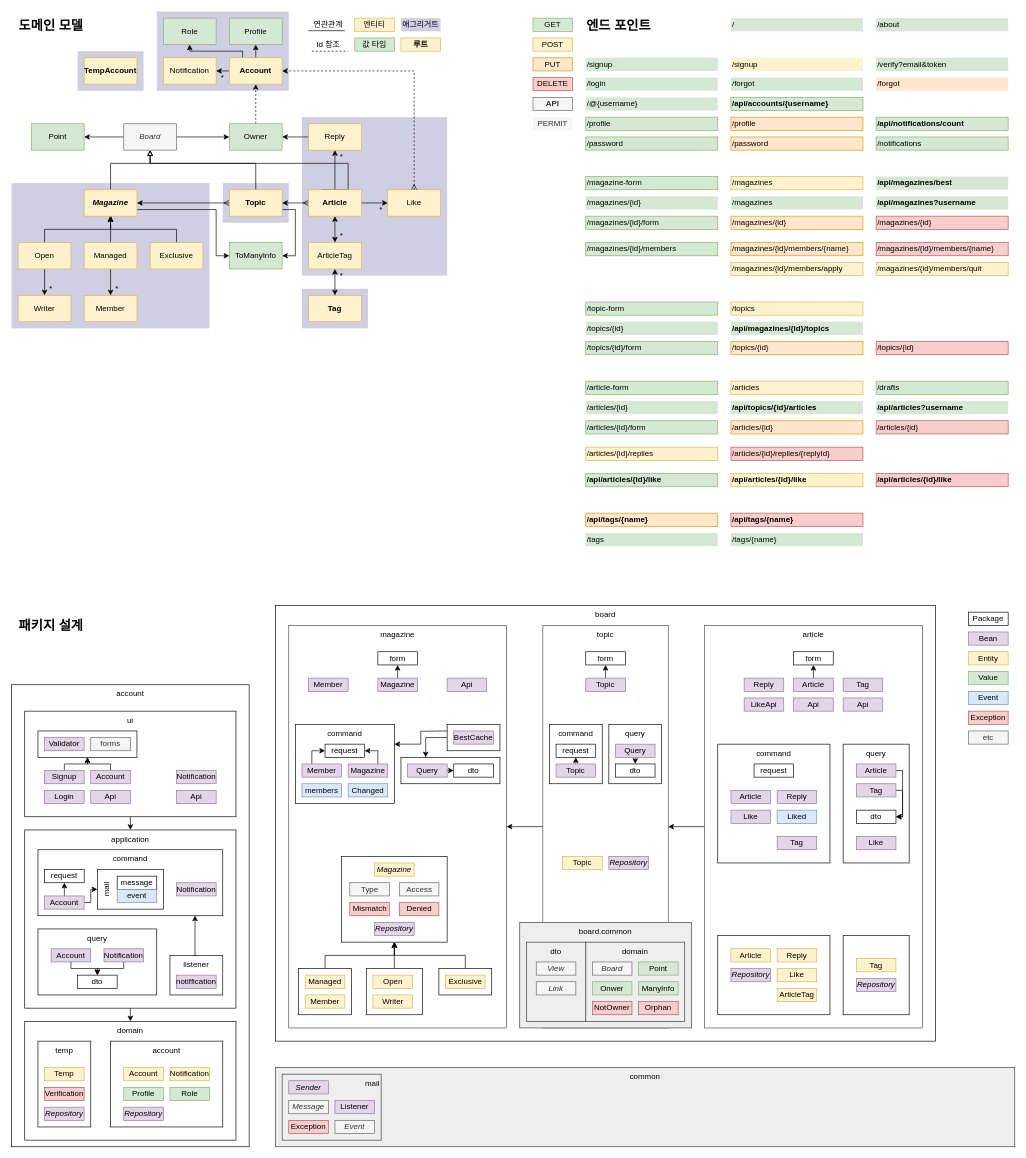
Before: diagram.drawio in suloginscene/dinner, a draw.io diagram. Source tidied: cells renumbered, new cells numbered last; positions are measured from the earlier drawing's top-left corner, leaving out a move shared by most shapes. Both pictures are drawn from the tidied source at 66%, with x=0, y=0 at pixel (11, 11).
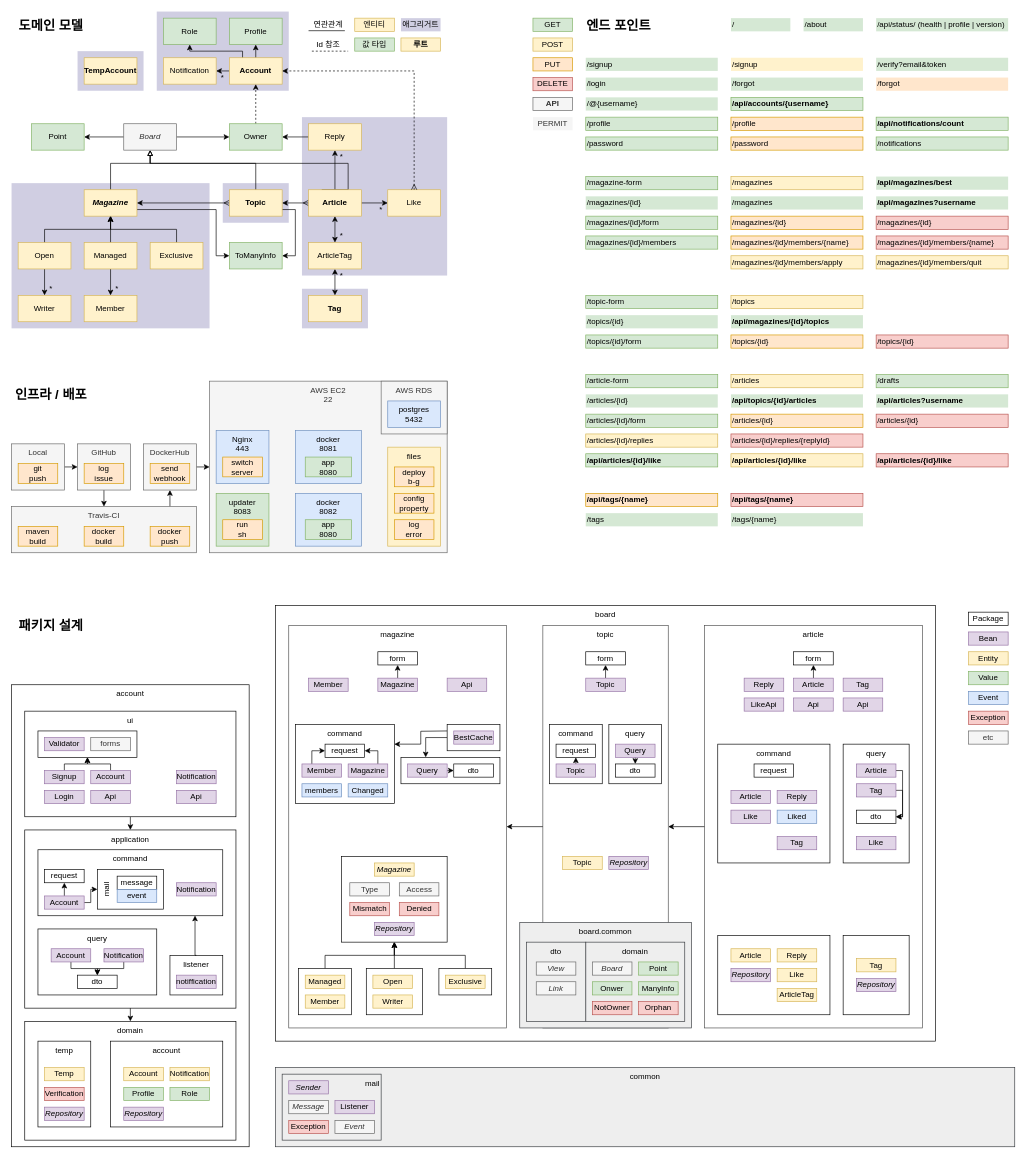
The same page after the edit.

The edit, as a diff of the source:
```diff
@@
     <mxCell id="243" value="/" style="rounded=0;whiteSpace=wrap;html=1;fillColor=#d5e8d4;align=left;spacingLeft=0;strokeColor=none;" parent="1" vertex="1">
-      <mxGeometry x="1090" y="10" width="200" height="20" as="geometry" />
+      <mxGeometry x="1090" y="10" width="90" height="20" as="geometry" />
     </mxCell>
     <mxCell id="244" value="/about" style="rounded=0;whiteSpace=wrap;html=1;fillColor=#d5e8d4;align=left;spacingLeft=0;strokeColor=none;" parent="1" vertex="1">
-      <mxGeometry x="1310" y="10" width="200" height="20" as="geometry" />
+      <mxGeometry x="1200" y="10" width="90" height="20" as="geometry" />
     </mxCell>
@@
     <mxCell id="246" value="/api/topics/{id}/articles" style="rounded=0;whiteSpace=wrap;html=1;fillColor=#d5e8d4;align=left;spacingLeft=0;fontStyle=1;strokeColor=none;" parent="1" vertex="1">
-      <mxGeometry x="1090" y="590" width="200" height="20" as="geometry" />
+      <mxGeometry x="1090" y="580" width="200" height="20" as="geometry" />
     </mxCell>
     <mxCell id="247" value="/api/articles?username" style="rounded=0;whiteSpace=wrap;html=1;fillColor=#d5e8d4;align=left;spacingLeft=0;fontStyle=1;strokeColor=none;" parent="1" vertex="1">
-      <mxGeometry x="1310" y="590" width="200" height="20" as="geometry" />
+      <mxGeometry x="1310" y="580" width="200" height="20" as="geometry" />
     </mxCell>
     <mxCell id="248" value="/api/tags/{name}" style="rounded=0;whiteSpace=wrap;html=1;fillColor=#ffe6cc;strokeColor=#d79b00;align=left;spacingLeft=0;fontStyle=1;" parent="1" vertex="1">
-      <mxGeometry x="870" y="760" width="200" height="20" as="geometry" />
+      <mxGeometry x="870" y="730" width="200" height="20" as="geometry" />
     </mxCell>
     <mxCell id="249" value="/api/tags/{name}" style="rounded=0;whiteSpace=wrap;html=1;fillColor=#f8cecc;strokeColor=#b85450;align=left;spacingLeft=0;fontStyle=1;" parent="1" vertex="1">
-      <mxGeometry x="1090" y="760" width="200" height="20" as="geometry" />
+      <mxGeometry x="1090" y="730" width="200" height="20" as="geometry" />
     </mxCell>
     <mxCell id="250" value="/api/magazines/{id}/topics" style="rounded=0;whiteSpace=wrap;html=1;fillColor=#d5e8d4;align=left;spacingLeft=0;fontStyle=1;strokeColor=none;" parent="1" vertex="1">
-      <mxGeometry x="1090" y="470" width="200" height="20" as="geometry" />
+      <mxGeometry x="1090" y="460" width="200" height="20" as="geometry" />
     </mxCell>
     <mxCell id="251" value="/article-form" style="rounded=0;whiteSpace=wrap;html=1;fillColor=#d5e8d4;strokeColor=#82b366;align=left;spacingLeft=0;" parent="1" vertex="1">
-      <mxGeometry x="870" y="560" width="200" height="20" as="geometry" />
+      <mxGeometry x="870" y="550" width="200" height="20" as="geometry" />
     </mxCell>
     <mxCell id="252" value="/articles" style="rounded=0;whiteSpace=wrap;html=1;fillColor=#fff2cc;strokeColor=#d6b656;align=left;spacingLeft=0;" parent="1" vertex="1">
-      <mxGeometry x="1090" y="560" width="200" height="20" as="geometry" />
+      <mxGeometry x="1090" y="550" width="200" height="20" as="geometry" />
     </mxCell>
     <mxCell id="253" value="/articles/{id}" style="rounded=0;whiteSpace=wrap;html=1;fillColor=#d5e8d4;align=left;spacingLeft=0;strokeColor=none;" parent="1" vertex="1">
-      <mxGeometry x="870" y="590" width="200" height="20" as="geometry" />
+      <mxGeometry x="870" y="580" width="200" height="20" as="geometry" />
     </mxCell>
     <mxCell id="254" value="/articles/{id}/form" style="rounded=0;whiteSpace=wrap;html=1;fillColor=#d5e8d4;strokeColor=#82b366;align=left;spacingLeft=0;" parent="1" vertex="1">
-      <mxGeometry x="870" y="620" width="200" height="20" as="geometry" />
+      <mxGeometry x="870" y="610" width="200" height="20" as="geometry" />
     </mxCell>
     <mxCell id="255" value="/articles/{id}" style="rounded=0;whiteSpace=wrap;html=1;fillColor=#f8cecc;strokeColor=#b85450;align=left;spacingLeft=0;" parent="1" vertex="1">
-      <mxGeometry x="1310" y="620" width="200" height="20" as="geometry" />
+      <mxGeometry x="1310" y="610" width="200" height="20" as="geometry" />
     </mxCell>
     <mxCell id="256" value="/articles/{id}" style="rounded=0;whiteSpace=wrap;html=1;fillColor=#ffe6cc;strokeColor=#d79b00;align=left;spacingLeft=0;" parent="1" vertex="1">
-      <mxGeometry x="1090" y="620" width="200" height="20" as="geometry" />
+      <mxGeometry x="1090" y="610" width="200" height="20" as="geometry" />
     </mxCell>
@@
     <mxCell id="267" value="/magazines/{id}/members/apply" style="rounded=0;whiteSpace=wrap;html=1;fillColor=#fff2cc;strokeColor=#d6b656;align=left;spacingLeft=0;" parent="1" vertex="1">
-      <mxGeometry x="1090" y="380" width="200" height="20" as="geometry" />
+      <mxGeometry x="1090" y="370" width="200" height="20" as="geometry" />
     </mxCell>
     <mxCell id="268" value="/magazines/{id}/members/quit" style="rounded=0;whiteSpace=wrap;html=1;fillColor=#fff2cc;strokeColor=#d6b656;align=left;spacingLeft=0;" parent="1" vertex="1">
-      <mxGeometry x="1310" y="380" width="200" height="20" as="geometry" />
+      <mxGeometry x="1310" y="370" width="200" height="20" as="geometry" />
     </mxCell>
     <mxCell id="269" value="/magazines/{id}/members/{name}" style="rounded=0;whiteSpace=wrap;html=1;fillColor=#ffe6cc;strokeColor=#d79b00;align=left;spacingLeft=0;" parent="1" vertex="1">
-      <mxGeometry x="1090" y="350" width="200" height="20" as="geometry" />
+      <mxGeometry x="1090" y="340" width="200" height="20" as="geometry" />
     </mxCell>
     <mxCell id="270" value="/magazines/{id}/members/{name}" style="rounded=0;whiteSpace=wrap;html=1;fillColor=#f8cecc;strokeColor=#b85450;align=left;spacingLeft=0;" parent="1" vertex="1">
-      <mxGeometry x="1310" y="350" width="200" height="20" as="geometry" />
+      <mxGeometry x="1310" y="340" width="200" height="20" as="geometry" />
     </mxCell>
     <mxCell id="271" value="/magazines/{id}/members" style="rounded=0;whiteSpace=wrap;html=1;fillColor=#d5e8d4;strokeColor=#82b366;align=left;spacingLeft=0;" parent="1" vertex="1">
-      <mxGeometry x="870" y="350" width="200" height="20" as="geometry" />
+      <mxGeometry x="870" y="340" width="200" height="20" as="geometry" />
     </mxCell>
@@
     <mxCell id="277" value="/drafts" style="rounded=0;whiteSpace=wrap;html=1;fillColor=#d5e8d4;strokeColor=#82b366;align=left;spacingLeft=0;" parent="1" vertex="1">
-      <mxGeometry x="1310" y="560" width="200" height="20" as="geometry" />
+      <mxGeometry x="1310" y="550" width="200" height="20" as="geometry" />
     </mxCell>
     <mxCell id="278" value="/articles/{id}/replies" style="rounded=0;whiteSpace=wrap;html=1;fillColor=#fff2cc;strokeColor=#d6b656;align=left;spacingLeft=0;" parent="1" vertex="1">
-      <mxGeometry x="870" y="660" width="200" height="20" as="geometry" />
+      <mxGeometry x="870" y="640" width="200" height="20" as="geometry" />
     </mxCell>
     <mxCell id="279" value="/articles/{id}/replies/{replyId}" style="rounded=0;whiteSpace=wrap;html=1;fillColor=#f8cecc;strokeColor=#b85450;align=left;spacingLeft=0;" parent="1" vertex="1">
-      <mxGeometry x="1090" y="660" width="200" height="20" as="geometry" />
+      <mxGeometry x="1090" y="640" width="200" height="20" as="geometry" />
     </mxCell>
@@
     <mxCell id="282" value="/tags" style="rounded=0;whiteSpace=wrap;html=1;fillColor=#d5e8d4;align=left;spacingLeft=0;strokeColor=none;" parent="1" vertex="1">
-      <mxGeometry x="870" y="790" width="200" height="20" as="geometry" />
+      <mxGeometry x="870" y="760" width="200" height="20" as="geometry" />
     </mxCell>
     <mxCell id="283" value="/tags/{name}" style="rounded=0;whiteSpace=wrap;html=1;fillColor=#d5e8d4;align=left;spacingLeft=0;strokeColor=none;" parent="1" vertex="1">
-      <mxGeometry x="1090" y="790" width="200" height="20" as="geometry" />
+      <mxGeometry x="1090" y="760" width="200" height="20" as="geometry" />
     </mxCell>
     <mxCell id="284" value="/topic-form" style="rounded=0;whiteSpace=wrap;html=1;fillColor=#d5e8d4;strokeColor=#82b366;align=left;spacingLeft=0;" parent="1" vertex="1">
-      <mxGeometry x="870" y="440" width="200" height="20" as="geometry" />
+      <mxGeometry x="870" y="430" width="200" height="20" as="geometry" />
     </mxCell>
     <mxCell id="285" value="/topics" style="rounded=0;whiteSpace=wrap;html=1;fillColor=#fff2cc;strokeColor=#d6b656;align=left;spacingLeft=0;" parent="1" vertex="1">
-      <mxGeometry x="1090" y="440" width="200" height="20" as="geometry" />
+      <mxGeometry x="1090" y="430" width="200" height="20" as="geometry" />
     </mxCell>
     <mxCell id="286" value="/topics/{id}" style="rounded=0;whiteSpace=wrap;html=1;fillColor=#d5e8d4;align=left;spacingLeft=0;strokeColor=none;" parent="1" vertex="1">
-      <mxGeometry x="870" y="470" width="200" height="20" as="geometry" />
+      <mxGeometry x="870" y="460" width="200" height="20" as="geometry" />
     </mxCell>
     <mxCell id="287" value="/topics/{id}/form" style="rounded=0;whiteSpace=wrap;html=1;fillColor=#d5e8d4;strokeColor=#82b366;align=left;spacingLeft=0;" parent="1" vertex="1">
-      <mxGeometry x="870" y="500" width="200" height="20" as="geometry" />
+      <mxGeometry x="870" y="490" width="200" height="20" as="geometry" />
     </mxCell>
     <mxCell id="288" value="/topics/{id}" style="rounded=0;whiteSpace=wrap;html=1;fillColor=#f8cecc;strokeColor=#b85450;align=left;spacingLeft=0;" parent="1" vertex="1">
-      <mxGeometry x="1310" y="500" width="200" height="20" as="geometry" />
+      <mxGeometry x="1310" y="490" width="200" height="20" as="geometry" />
     </mxCell>
     <mxCell id="289" value="/topics/{id}" style="rounded=0;whiteSpace=wrap;html=1;fillColor=#ffe6cc;strokeColor=#d79b00;align=left;spacingLeft=0;" parent="1" vertex="1">
-      <mxGeometry x="1090" y="500" width="200" height="20" as="geometry" />
+      <mxGeometry x="1090" y="490" width="200" height="20" as="geometry" />
     </mxCell>
@@
     <mxCell id="292" value="/api/articles/{id}/like" style="rounded=0;whiteSpace=wrap;html=1;fillColor=#d5e8d4;strokeColor=#82b366;align=left;spacingLeft=0;fontStyle=1;" parent="1" vertex="1">
-      <mxGeometry x="870" y="700" width="200" height="20" as="geometry" />
+      <mxGeometry x="870" y="670" width="200" height="20" as="geometry" />
     </mxCell>
     <mxCell id="293" value="/api/articles/{id}/like" style="rounded=0;whiteSpace=wrap;html=1;fillColor=#fff2cc;strokeColor=#d6b656;align=left;spacingLeft=0;fontStyle=1;" parent="1" vertex="1">
-      <mxGeometry x="1090" y="700" width="200" height="20" as="geometry" />
+      <mxGeometry x="1090" y="670" width="200" height="20" as="geometry" />
     </mxCell>
     <mxCell id="294" value="/api/articles/{id}/like" style="rounded=0;whiteSpace=wrap;html=1;fillColor=#f8cecc;strokeColor=#b85450;align=left;spacingLeft=0;fontStyle=1;" parent="1" vertex="1">
-      <mxGeometry x="1310" y="700" width="200" height="20" as="geometry" />
+      <mxGeometry x="1310" y="670" width="200" height="20" as="geometry" />
     </mxCell>
@@
+    <mxCell id="297" value="인프라 / 배포" style="rounded=0;whiteSpace=wrap;html=1;gradientColor=none;align=center;strokeColor=none;fontStyle=1;fontSize=20;fillColor=none;" parent="1" vertex="1">
+      <mxGeometry y="560" width="120" height="40" as="geometry" />
+    </mxCell>
+    <mxCell id="298" style="edgeStyle=orthogonalEdgeStyle;rounded=0;jettySize=auto;html=1;exitX=1;exitY=0.5;exitDx=0;exitDy=0;entryX=0;entryY=0.5;entryDx=0;entryDy=0;" parent="1" edge="1" source="299" target="303">
+      <mxGeometry relative="1" as="geometry" />
+    </mxCell>
+    <mxCell id="299" value="Local" style="rounded=0;whiteSpace=wrap;html=1;fillColor=#f5f5f5;fontStyle=0;horizontal=1;verticalAlign=top;fontColor=#333333;strokeColor=#666666;" parent="1" vertex="1">
+      <mxGeometry y="655" width="80" height="70" as="geometry" />
+    </mxCell>
+    <mxCell id="300" style="edgeStyle=orthogonalEdgeStyle;rounded=0;jettySize=auto;html=1;entryX=0.5;entryY=1;entryDx=0;entryDy=0;" parent="1" edge="1" target="311">
+      <mxGeometry relative="1" as="geometry">
+        <mxPoint x="240" y="750" as="sourcePoint" />
+      </mxGeometry>
+    </mxCell>
+    <mxCell id="301" value="Travis-CI" style="rounded=0;whiteSpace=wrap;html=1;horizontal=1;verticalAlign=top;fillColor=#f5f5f5;strokeColor=#666666;fontColor=#333333;" parent="1" vertex="1">
+      <mxGeometry y="750" width="280" height="70" as="geometry" />
+    </mxCell>
+    <mxCell id="302" style="edgeStyle=orthogonalEdgeStyle;rounded=0;jettySize=auto;html=1;exitX=0.5;exitY=1;exitDx=0;exitDy=0;entryX=0.5;entryY=0;entryDx=0;entryDy=0;" parent="1" edge="1" source="303" target="301">
+      <mxGeometry relative="1" as="geometry" />
+    </mxCell>
+    <mxCell id="303" value="GitHub" style="rounded=0;whiteSpace=wrap;html=1;strokeColor=#666666;fillColor=#f5f5f5;fontStyle=0;horizontal=1;verticalAlign=top;fontColor=#333333;" parent="1" vertex="1">
+      <mxGeometry x="100" y="655" width="80" height="70" as="geometry" />
+    </mxCell>
+    <mxCell id="304" value="git&lt;br&gt;push" style="rounded=0;whiteSpace=wrap;html=1;strokeColor=#d79b00;fillColor=#ffe6cc;fontStyle=0;" parent="1" vertex="1">
+      <mxGeometry x="10" y="685" width="60" height="30" as="geometry" />
+    </mxCell>
+    <mxCell id="305" value="log&lt;br&gt;issue" style="rounded=0;whiteSpace=wrap;html=1;strokeColor=#d79b00;fillColor=#ffe6cc;fontStyle=0;" parent="1" vertex="1">
+      <mxGeometry x="110" y="685" width="60" height="30" as="geometry" />
+    </mxCell>
+    <mxCell id="306" value="maven&lt;br&gt;build" style="rounded=0;whiteSpace=wrap;html=1;strokeColor=#d79b00;fillColor=#ffe6cc;fontStyle=0;" parent="1" vertex="1">
+      <mxGeometry x="10" y="780" width="60" height="30" as="geometry" />
+    </mxCell>
+    <mxCell id="307" value="docker&lt;br&gt;build" style="rounded=0;whiteSpace=wrap;html=1;strokeColor=#d79b00;fillColor=#ffe6cc;fontStyle=0;" parent="1" vertex="1">
+      <mxGeometry x="110" y="780" width="60" height="30" as="geometry" />
+    </mxCell>
+    <mxCell id="308" value="docker&lt;br&gt;push" style="rounded=0;whiteSpace=wrap;html=1;strokeColor=#d79b00;fillColor=#ffe6cc;fontStyle=0;" parent="1" vertex="1">
+      <mxGeometry x="210" y="780" width="60" height="30" as="geometry" />
+    </mxCell>
+    <mxCell id="309" value="/api/status/ (health | profile | version)" style="rounded=0;whiteSpace=wrap;html=1;fillColor=#d5e8d4;align=left;spacingLeft=0;strokeColor=none;" parent="1" vertex="1">
+      <mxGeometry x="1310" y="10" width="200" height="20" as="geometry" />
+    </mxCell>
+    <mxCell id="310" style="edgeStyle=orthogonalEdgeStyle;rounded=0;jettySize=auto;html=1;exitX=1;exitY=0.5;exitDx=0;exitDy=0;entryX=0;entryY=0.5;entryDx=0;entryDy=0;" parent="1" edge="1" source="311" target="313">
+      <mxGeometry relative="1" as="geometry" />
+    </mxCell>
+    <mxCell id="311" value="DockerHub" style="rounded=0;whiteSpace=wrap;html=1;strokeColor=#666666;fillColor=#f5f5f5;fontStyle=0;horizontal=1;verticalAlign=top;fontColor=#333333;" parent="1" vertex="1">
+      <mxGeometry x="200" y="655" width="80" height="70" as="geometry" />
+    </mxCell>
+    <mxCell id="312" value="send&lt;br&gt;webhook" style="rounded=0;whiteSpace=wrap;html=1;strokeColor=#d79b00;fillColor=#ffe6cc;fontStyle=0;" parent="1" vertex="1">
+      <mxGeometry x="210" y="685" width="60" height="30" as="geometry" />
+    </mxCell>
+    <mxCell id="313" value="AWS EC2&lt;br&gt;22" style="rounded=0;whiteSpace=wrap;html=1;horizontal=1;verticalAlign=top;fillColor=#f5f5f5;strokeColor=#666666;fontColor=#333333;" parent="1" vertex="1">
+      <mxGeometry x="300" y="560" width="360" height="260" as="geometry" />
+    </mxCell>
+    <mxCell id="314" value="docker&lt;br&gt;8082" style="rounded=0;whiteSpace=wrap;html=1;strokeColor=#6c8ebf;fillColor=#dae8fc;fontStyle=0;horizontal=1;verticalAlign=top;" parent="1" vertex="1">
+      <mxGeometry x="430" y="730" width="100" height="80" as="geometry" />
+    </mxCell>
+    <mxCell id="315" value="app&lt;br&gt;8080" style="rounded=0;whiteSpace=wrap;html=1;strokeColor=#82b366;fillColor=#d5e8d4;fontStyle=0;" parent="1" vertex="1">
+      <mxGeometry x="445" y="770" width="70" height="30" as="geometry" />
+    </mxCell>
+    <mxCell id="316" value="updater&lt;br&gt;8083" style="rounded=0;whiteSpace=wrap;html=1;strokeColor=#82b366;fillColor=#d5e8d4;fontStyle=0;horizontal=1;verticalAlign=top;" parent="1" vertex="1">
+      <mxGeometry x="310" y="730" width="80" height="80" as="geometry" />
+    </mxCell>
+    <mxCell id="317" value="run&lt;br&gt;sh" style="rounded=0;whiteSpace=wrap;html=1;strokeColor=#d79b00;fillColor=#ffe6cc;fontStyle=0;" parent="1" vertex="1">
+      <mxGeometry x="320" y="770" width="60" height="30" as="geometry" />
+    </mxCell>
+    <mxCell id="318" value="AWS RDS" style="rounded=0;whiteSpace=wrap;html=1;horizontal=1;verticalAlign=top;fillColor=#f5f5f5;strokeColor=#666666;fontColor=#333333;" parent="1" vertex="1">
+      <mxGeometry x="560" y="560" width="100" height="80" as="geometry" />
+    </mxCell>
+    <mxCell id="319" value="postgres&lt;br&gt;5432" style="rounded=0;whiteSpace=wrap;html=1;strokeColor=#6c8ebf;fillColor=#dae8fc;fontStyle=0;horizontal=1;verticalAlign=middle;" parent="1" vertex="1">
+      <mxGeometry x="570" y="590" width="80" height="40" as="geometry" />
+    </mxCell>
+    <mxCell id="320" value="files" style="rounded=0;whiteSpace=wrap;html=1;strokeColor=#d6b656;fillColor=#fff2cc;fontStyle=0;horizontal=1;verticalAlign=top;" parent="1" vertex="1">
+      <mxGeometry x="570" y="660" width="80" height="150" as="geometry" />
+    </mxCell>
+    <mxCell id="321" value="config&lt;br&gt;property" style="rounded=0;whiteSpace=wrap;html=1;strokeColor=#d79b00;fillColor=#ffe6cc;fontStyle=0;horizontal=1;verticalAlign=middle;" parent="1" vertex="1">
+      <mxGeometry x="580" y="730" width="60" height="30" as="geometry" />
+    </mxCell>
+    <mxCell id="322" value="log&lt;br&gt;error" style="rounded=0;whiteSpace=wrap;html=1;strokeColor=#d79b00;fillColor=#ffe6cc;fontStyle=0;horizontal=1;verticalAlign=middle;" parent="1" vertex="1">
+      <mxGeometry x="580" y="770" width="60" height="30" as="geometry" />
+    </mxCell>
+    <mxCell id="323" value="deploy&lt;br&gt;b-g" style="rounded=0;whiteSpace=wrap;html=1;strokeColor=#d79b00;fillColor=#ffe6cc;fontStyle=0;horizontal=1;verticalAlign=middle;" parent="1" vertex="1">
+      <mxGeometry x="580" y="690" width="60" height="30" as="geometry" />
+    </mxCell>
+    <mxCell id="324" value="Nginx&lt;br&gt;443" style="rounded=0;whiteSpace=wrap;html=1;strokeColor=#6c8ebf;fillColor=#dae8fc;fontStyle=0;horizontal=1;verticalAlign=top;" parent="1" vertex="1">
+      <mxGeometry x="310" y="635" width="80" height="80" as="geometry" />
+    </mxCell>
+    <mxCell id="325" value="switch&lt;br&gt;server" style="rounded=0;whiteSpace=wrap;html=1;strokeColor=#d79b00;fillColor=#ffe6cc;fontStyle=0;" parent="1" vertex="1">
+      <mxGeometry x="320" y="675" width="60" height="30" as="geometry" />
+    </mxCell>
+    <mxCell id="326" value="docker&lt;br&gt;8081" style="rounded=0;whiteSpace=wrap;html=1;strokeColor=#6c8ebf;fillColor=#dae8fc;fontStyle=0;horizontal=1;verticalAlign=top;" parent="1" vertex="1">
+      <mxGeometry x="430" y="635" width="100" height="80" as="geometry" />
+    </mxCell>
+    <mxCell id="327" value="app&lt;br&gt;8080" style="rounded=0;whiteSpace=wrap;html=1;strokeColor=#82b366;fillColor=#d5e8d4;fontStyle=0;" parent="1" vertex="1">
+      <mxGeometry x="445" y="675" width="70" height="30" as="geometry" />
+    </mxCell>
```
